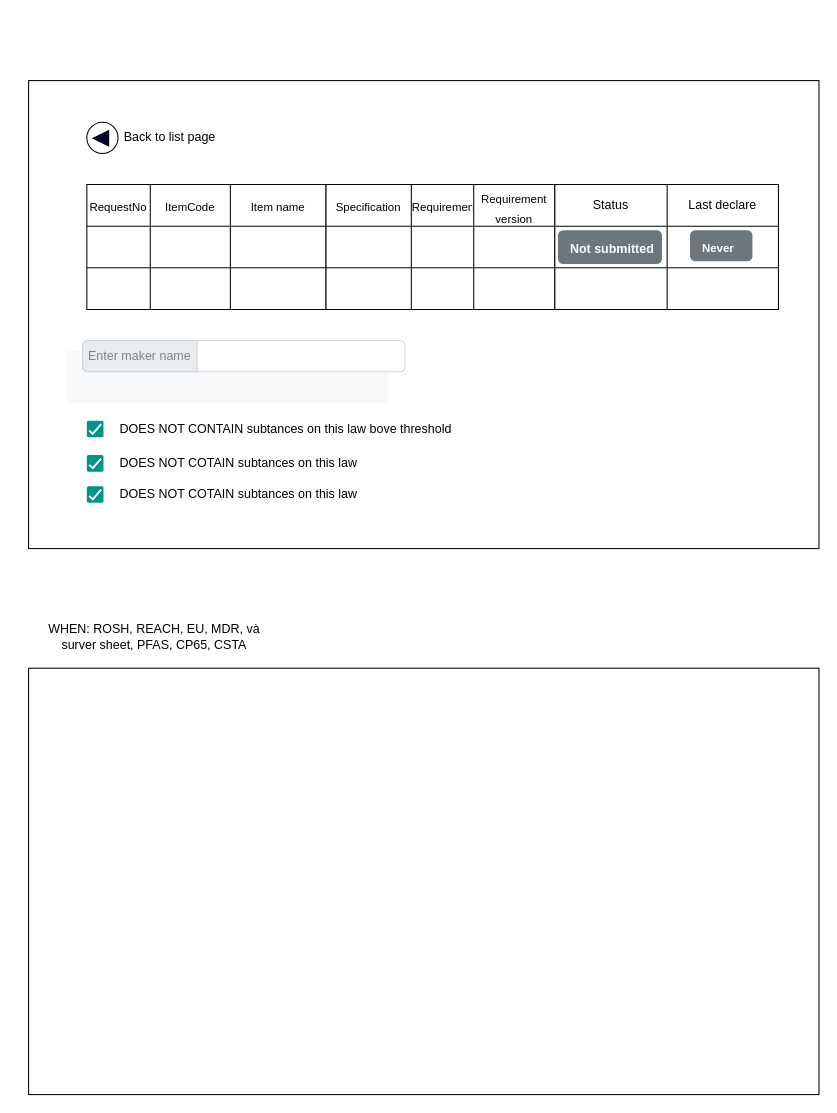
Earlier version of the draw.io diagram Untitled Diagram.drawio (jaysonguyen/Shopee). Source tidied: cells renumbered, new cells numbered last; positions are measured from the earlier drawing's top-left corner, leaving out a move shared by most shapes. Both pictures are drawn from the tidied source at 104%, with x=0, y=0 at pixel (28, 80).
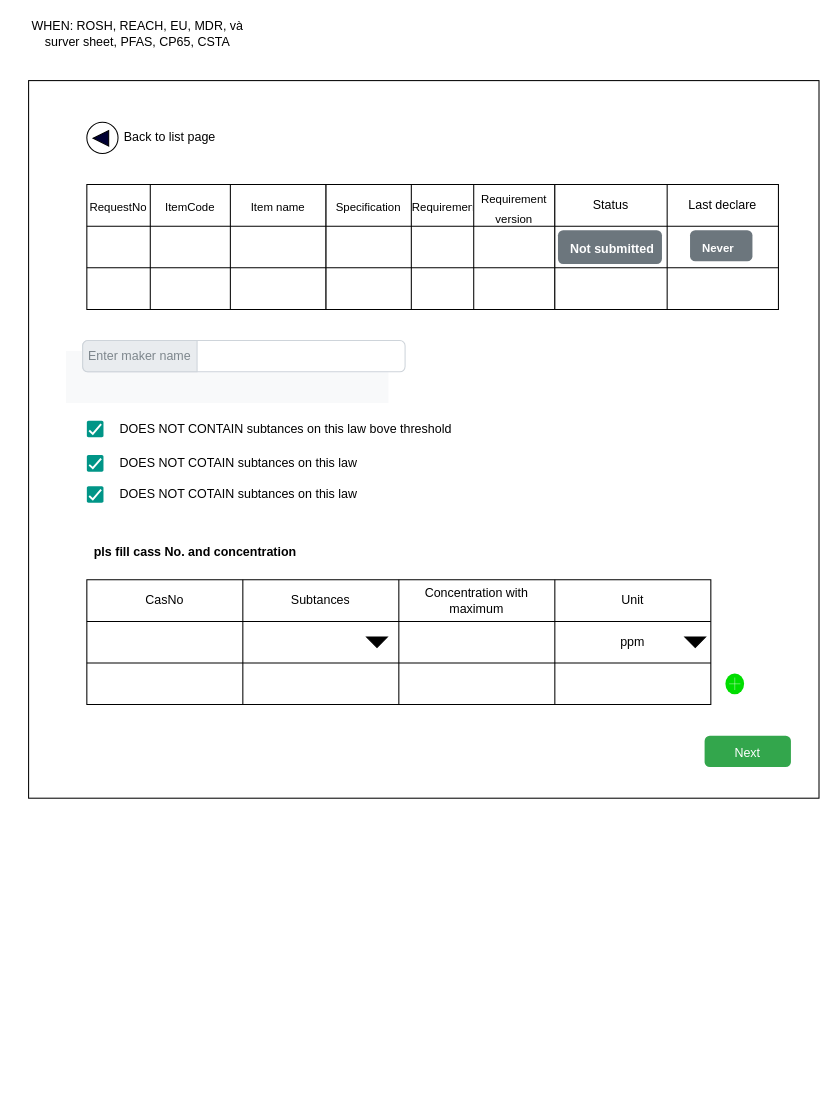
Above is the later version.

Change to the diagram source:
```diff
@@
     <mxCell id="2" style="rounded=0;whiteSpace=wrap;html=1;" parent="1" vertex="1">
-      <mxGeometry width="760" height="450" as="geometry" />
+      <mxGeometry width="760" height="690" as="geometry" />
     </mxCell>
@@
-    <mxCell id="47" style="rounded=0;whiteSpace=wrap;html=1;" parent="1" vertex="1">
-      <mxGeometry y="565" width="760" height="410" as="geometry" />
-    </mxCell>
-    <mxCell id="48" value="WHEN: ROSH, REACH, EU, MDR, và surver sheet, PFAS, CP65, CSTA" style="text;html=1;strokeColor=none;fillColor=none;align=center;verticalAlign=middle;whiteSpace=wrap;rounded=0;" parent="1" vertex="1">
-      <mxGeometry x="6" y="520" width="230" height="30" as="geometry" />
-    </mxCell>
@@
+    <mxCell id="55" value="&lt;font style=&quot;font-size: 12px;&quot;&gt;Next&lt;/font&gt;" style="html=1;shadow=0;dashed=0;shape=mxgraph.bootstrap.rrect;rSize=5;strokeColor=none;strokeWidth=1;fillColor=#33A64C;fontColor=#FFFFFF;whiteSpace=wrap;align=center;verticalAlign=middle;spacingLeft=0;fontStyle=0;fontSize=16;spacing=5;" parent="1" vertex="1">
+      <mxGeometry x="650" y="630" width="83" height="30" as="geometry" />
+    </mxCell>
+    <mxCell id="48" value="WHEN: ROSH, REACH, EU, MDR, và surver sheet, PFAS, CP65, CSTA" style="text;html=1;strokeColor=none;fillColor=none;align=center;verticalAlign=middle;whiteSpace=wrap;rounded=0;" parent="1" vertex="1">
+      <mxGeometry x="-10" y="-60" width="230" height="30" as="geometry" />
+    </mxCell>
+    <mxCell id="56" style="shape=table;startSize=0;childLayout=tableLayout;" parent="1" vertex="1">
+      <mxGeometry x="56" y="480" width="600" height="120" as="geometry" />
+    </mxCell>
+    <mxCell id="57" style="shape=tableRow;horizontal=0;startSize=0;swimlaneHead=0;swimlaneBody=0;strokeColor=inherit;top=0;left=0;bottom=0;right=0;fillColor=none;" parent="56" vertex="1">
+      <mxGeometry width="600" height="40" as="geometry" />
+    </mxCell>
+    <mxCell id="58" value="CasNo" style="shape=partialRectangle;html=1;whiteSpace=wrap;strokeColor=inherit;overflow=hidden;fillColor=none;top=0;left=0;bottom=0;right=0;" parent="57" vertex="1">
+      <mxGeometry width="150" height="40" as="geometry" />
+    </mxCell>
+    <mxCell id="59" value="Subtances" style="shape=partialRectangle;html=1;whiteSpace=wrap;strokeColor=inherit;overflow=hidden;fillColor=none;top=0;left=0;bottom=0;right=0;" parent="57" vertex="1">
+      <mxGeometry x="150" width="150" height="40" as="geometry" />
+    </mxCell>
+    <mxCell id="60" value="Concentration with maximum" style="shape=partialRectangle;html=1;whiteSpace=wrap;strokeColor=inherit;overflow=hidden;fillColor=none;top=0;left=0;bottom=0;right=0;" parent="57" vertex="1">
+      <mxGeometry x="300" width="150" height="40" as="geometry" />
+    </mxCell>
+    <mxCell id="61" value="Unit" style="shape=partialRectangle;html=1;whiteSpace=wrap;strokeColor=inherit;overflow=hidden;fillColor=none;top=0;left=0;bottom=0;right=0;" parent="57" vertex="1">
+      <mxGeometry x="450" width="150" height="40" as="geometry" />
+    </mxCell>
+    <mxCell id="62" style="shape=tableRow;horizontal=0;startSize=0;swimlaneHead=0;swimlaneBody=0;strokeColor=inherit;top=0;left=0;bottom=0;right=0;fillColor=none;" parent="56" vertex="1">
+      <mxGeometry y="40" width="600" height="40" as="geometry" />
+    </mxCell>
+    <mxCell id="63" style="shape=partialRectangle;html=1;whiteSpace=wrap;strokeColor=inherit;overflow=hidden;fillColor=none;top=0;left=0;bottom=0;right=0;" parent="62" vertex="1">
+      <mxGeometry width="150" height="40" as="geometry" />
+    </mxCell>
+    <mxCell id="64" style="shape=partialRectangle;html=1;whiteSpace=wrap;strokeColor=inherit;overflow=hidden;fillColor=none;top=0;left=0;bottom=0;right=0;" parent="62" vertex="1">
+      <mxGeometry x="150" width="150" height="40" as="geometry" />
+    </mxCell>
+    <mxCell id="65" style="shape=partialRectangle;html=1;whiteSpace=wrap;strokeColor=inherit;overflow=hidden;fillColor=none;top=0;left=0;bottom=0;right=0;" parent="62" vertex="1">
+      <mxGeometry x="300" width="150" height="40" as="geometry" />
+    </mxCell>
+    <mxCell id="66" value="ppm" style="shape=partialRectangle;html=1;whiteSpace=wrap;strokeColor=inherit;overflow=hidden;fillColor=none;top=0;left=0;bottom=0;right=0;" parent="62" vertex="1">
+      <mxGeometry x="450" width="150" height="40" as="geometry" />
+    </mxCell>
+    <mxCell id="67" style="shape=tableRow;horizontal=0;startSize=0;swimlaneHead=0;swimlaneBody=0;strokeColor=inherit;top=0;left=0;bottom=0;right=0;fillColor=none;" parent="56" vertex="1">
+      <mxGeometry y="80" width="600" height="40" as="geometry" />
+    </mxCell>
+    <mxCell id="68" style="shape=partialRectangle;html=1;whiteSpace=wrap;strokeColor=inherit;overflow=hidden;fillColor=none;top=0;left=0;bottom=0;right=0;" parent="67" vertex="1">
+      <mxGeometry width="150" height="40" as="geometry" />
+    </mxCell>
+    <mxCell id="69" style="shape=partialRectangle;html=1;whiteSpace=wrap;strokeColor=inherit;overflow=hidden;fillColor=none;top=0;left=0;bottom=0;right=0;" parent="67" vertex="1">
+      <mxGeometry x="150" width="150" height="40" as="geometry" />
+    </mxCell>
+    <mxCell id="70" style="shape=partialRectangle;html=1;whiteSpace=wrap;strokeColor=inherit;overflow=hidden;fillColor=none;top=0;left=0;bottom=0;right=0;" parent="67" vertex="1">
+      <mxGeometry x="300" width="150" height="40" as="geometry" />
+    </mxCell>
+    <mxCell id="71" style="shape=partialRectangle;html=1;whiteSpace=wrap;strokeColor=inherit;overflow=hidden;fillColor=none;top=0;left=0;bottom=0;right=0;" parent="67" vertex="1">
+      <mxGeometry x="450" width="150" height="40" as="geometry" />
+    </mxCell>
+    <mxCell id="72" style="html=1;verticalLabelPosition=bottom;labelBackgroundColor=#ffffff;verticalAlign=top;shadow=0;dashed=0;strokeWidth=2;shape=mxgraph.ios7.misc.add;fillColor=#00dd00;strokeColor=#ffffff;sketch=0;" parent="1" vertex="1">
+      <mxGeometry x="670" y="570" width="18" height="20" as="geometry" />
+    </mxCell>
+    <mxCell id="73" value="&lt;font style=&quot;font-size: 12px;&quot;&gt;pls fill cass No. and concentration&lt;/font&gt;" style="text;strokeColor=none;fillColor=none;html=1;fontSize=24;fontStyle=1;verticalAlign=middle;align=center;" parent="1" vertex="1">
+      <mxGeometry x="110" y="430" width="100" height="40" as="geometry" />
+    </mxCell>
+    <mxCell id="74" style="triangle;whiteSpace=wrap;html=1;rotation=90;fontColor=#000000;strokeColor=#000000;fillColor=#000000;" parent="1" vertex="1">
+      <mxGeometry x="330" y="530" width="10" height="20" as="geometry" />
+    </mxCell>
+    <mxCell id="75" style="triangle;whiteSpace=wrap;html=1;rotation=90;fontColor=#000000;strokeColor=#000000;fillColor=#000000;" parent="1" vertex="1">
+      <mxGeometry x="636" y="530" width="10" height="20" as="geometry" />
+    </mxCell>
```
